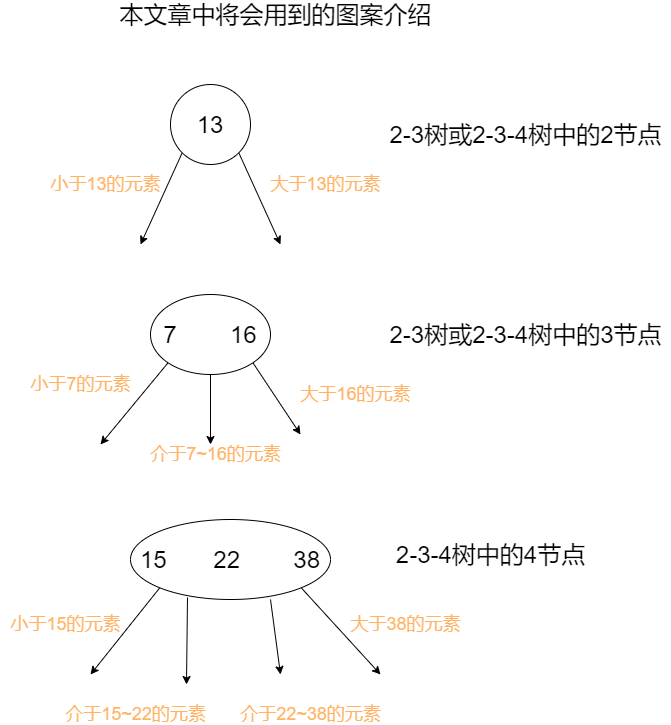
moonhui/DrawFiles keeps this draw.io diagram as nodeIntro_b1.png. Above is the earlier version. Source tidied: cells renumbered, new cells last; positions are measured from the earlier drawing's top-left corner, leaving out a move shared by most shapes.
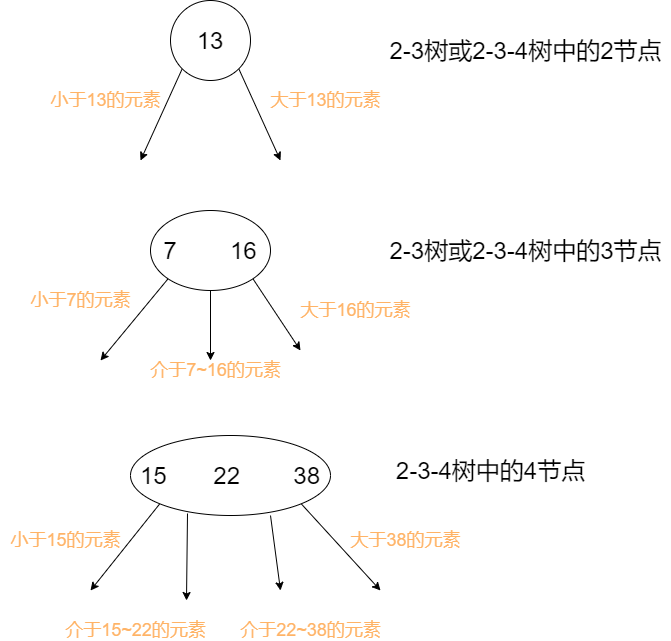
The same file after the commit.

Diff of the diagram source:
```diff
@@ -2,9 +2,6 @@
   <root>
     <mxCell id="0" />
     <mxCell id="1" parent="0" />
-    <mxCell id="2" value="&lt;font style=&quot;font-size: 24px&quot;&gt;本文章中将会用到的图案介绍&lt;/font&gt;" style="text;html=1;align=center;verticalAlign=middle;" parent="1" vertex="1">
-      <mxGeometry x="110" width="330" height="20" as="geometry" />
-    </mxCell>
     <mxCell id="3" style="rounded=0;jettySize=auto;html=1;exitX=0;exitY=1;exitDx=0;exitDy=0;" parent="1" edge="1" source="5">
       <mxGeometry relative="1" as="geometry">
         <mxPoint x="140" y="240" as="targetPoint" />
```
